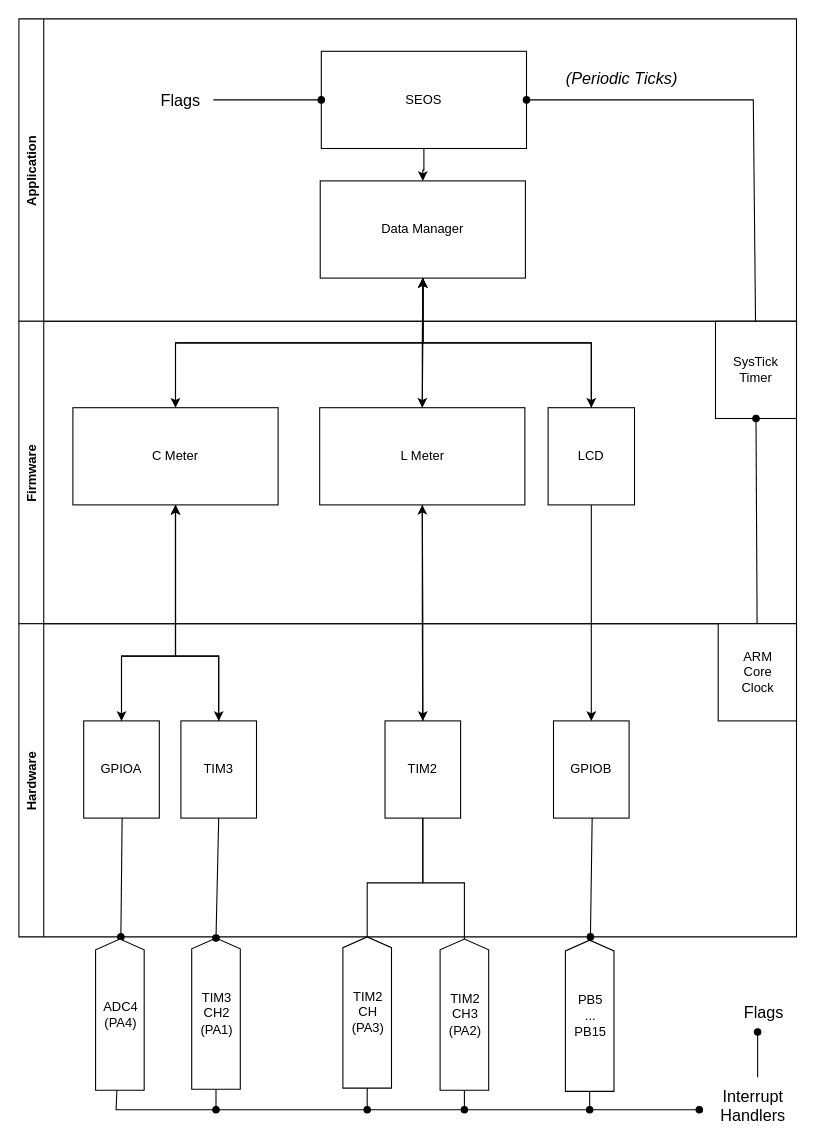
This is images/SysArch_LAYERS.drawio from gianowolf/RLC-Meter, a draw.io file, before an edit. Source tidied: cells renumbered, new cells numbered last; positions are measured from the earlier drawing's top-left corner, leaving out a move shared by most shapes. Both pictures are drawn from the tidied source at 108%, with x=0, y=0 at pixel (18, 18).
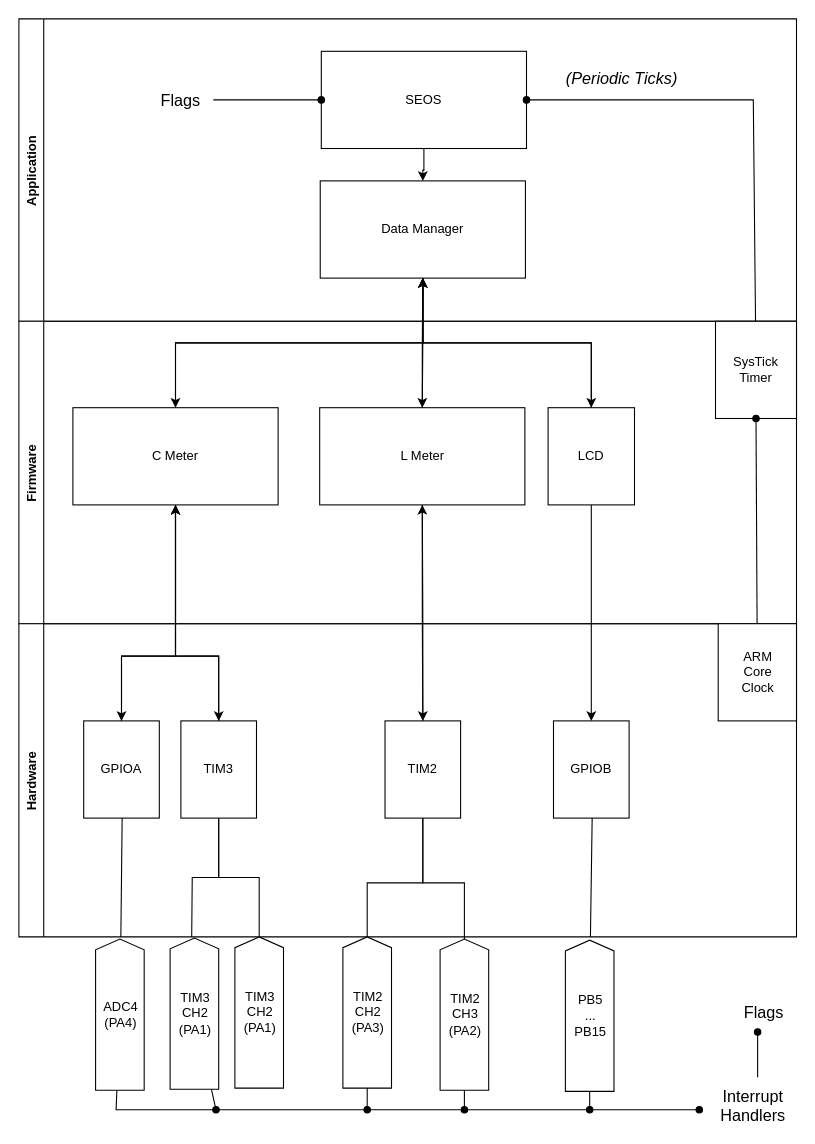
After the change.

Unchanged cells that the change refers to:
```xml
<mxCell id="14" value="Hardware" style="swimlane;horizontal=0;" parent="1" vertex="1">
  <mxGeometry y="560" width="720" height="290" as="geometry" />
</mxCell>
<mxCell id="17" value="TIM3" style="rounded=0;whiteSpace=wrap;html=1;" parent="14" vertex="1">
  <mxGeometry x="150" y="90" width="70" height="90" as="geometry" />
</mxCell>
<mxCell id="42" value="&lt;div&gt;ADC4&lt;br&gt;&lt;/div&gt;&lt;div&gt;(PA4)&lt;/div&gt;" style="html=1;shadow=0;dashed=0;align=center;verticalAlign=middle;shape=mxgraph.arrows2.arrow;dy=0;dx=10;notch=0;direction=north;" parent="1" vertex="1">
  <mxGeometry x="71" y="852" width="45" height="140" as="geometry" />
</mxCell>
```

The edit, as a diff of the source:
```diff
@@
-    <mxCell id="20" style="rounded=0;orthogonalLoop=1;jettySize=auto;html=1;strokeColor=default;endArrow=oval;endFill=1;" parent="14" edge="1">
+    <mxCell id="20" style="rounded=0;orthogonalLoop=1;jettySize=auto;html=1;strokeColor=default;endArrow=none;endFill=0;" parent="14" edge="1">
       <mxGeometry relative="1" as="geometry">
         <mxPoint x="95.6" y="180" as="sourcePoint" />
         <mxPoint x="94.4" y="290" as="targetPoint" />
       </mxGeometry>
     </mxCell>
-    <mxCell id="21" style="rounded=0;orthogonalLoop=1;jettySize=auto;html=1;strokeColor=default;endArrow=oval;endFill=1;" parent="14" edge="1">
+    <mxCell id="21" style="rounded=0;orthogonalLoop=1;jettySize=auto;html=1;strokeColor=default;endArrow=none;endFill=0;" parent="14" edge="1">
       <mxGeometry relative="1" as="geometry">
         <mxPoint x="530.8" y="180" as="sourcePoint" />
         <mxPoint x="529.2" y="290" as="targetPoint" />
       </mxGeometry>
     </mxCell>
@@
     <mxCell id="36" value="&lt;div&gt;TIM3&lt;/div&gt;&lt;div&gt;CH2&lt;/div&gt;&lt;div&gt;(PA1)&lt;br&gt;&lt;/div&gt;" style="html=1;shadow=0;dashed=0;align=center;verticalAlign=middle;shape=mxgraph.arrows2.arrow;dy=0;dx=10;notch=0;direction=north;" parent="1" vertex="1">
-      <mxGeometry x="160" y="851" width="45" height="140" as="geometry" />
+      <mxGeometry x="140" y="851" width="45" height="140" as="geometry" />
     </mxCell>
@@
-    <mxCell id="39" style="rounded=0;jettySize=auto;html=1;strokeColor=default;endArrow=oval;endFill=1;exitX=0.5;exitY=1;exitDx=0;exitDy=0;entryX=1;entryY=0.5;entryDx=0;entryDy=0;entryPerimeter=0;" parent="1" edge="1" source="17" target="36">
-      <mxGeometry relative="1" as="geometry" />
-    </mxCell>
     <mxCell id="40" style="edgeStyle=none;rounded=0;jettySize=auto;html=1;endArrow=oval;endFill=1;strokeColor=#000000;" parent="1" edge="1" source="42">
       <mxGeometry relative="1" as="geometry">
         <mxPoint x="630" y="1010" as="targetPoint" />
         <Array as="points">
           <mxPoint x="90" y="1010" />
+          <mxPoint x="170" y="1010" />
         </Array>
       </mxGeometry>
     </mxCell>
@@
-    <mxCell id="44" value="&lt;div&gt;TIM2&lt;/div&gt;&lt;div&gt;CH&lt;/div&gt;&lt;div&gt;(PA3)&lt;br&gt;&lt;/div&gt;" style="html=1;shadow=0;dashed=0;align=center;verticalAlign=middle;shape=mxgraph.arrows2.arrow;dy=0;dx=10;notch=0;direction=north;" parent="1" vertex="1">
+    <mxCell id="44" value="&lt;div&gt;TIM2&lt;/div&gt;&lt;div&gt;CH2&lt;/div&gt;&lt;div&gt;(PA3)&lt;br&gt;&lt;/div&gt;" style="html=1;shadow=0;dashed=0;align=center;verticalAlign=middle;shape=mxgraph.arrows2.arrow;dy=0;dx=10;notch=0;direction=north;" parent="1" vertex="1">
       <mxGeometry x="300" y="850" width="45" height="140" as="geometry" />
     </mxCell>
@@
+    <mxCell id="54" value="&lt;div&gt;TIM3&lt;/div&gt;&lt;div&gt;CH2&lt;/div&gt;&lt;div&gt;(PA1)&lt;br&gt;&lt;/div&gt;" style="html=1;shadow=0;dashed=0;align=center;verticalAlign=middle;shape=mxgraph.arrows2.arrow;dy=0;dx=10;notch=0;direction=north;" parent="1" vertex="1">
+      <mxGeometry x="200" y="850" width="45" height="140" as="geometry" />
+    </mxCell>
+    <mxCell id="55" style="edgeStyle=orthogonalEdgeStyle;rounded=0;jettySize=auto;html=1;endArrow=none;endFill=0;" parent="1" edge="1" source="17">
+      <mxGeometry relative="1" as="geometry">
+        <mxPoint x="160" y="850" as="targetPoint" />
+      </mxGeometry>
+    </mxCell>
+    <mxCell id="56" style="edgeStyle=orthogonalEdgeStyle;rounded=0;jettySize=auto;html=1;endArrow=none;endFill=0;" parent="1" edge="1" source="17" target="54">
+      <mxGeometry relative="1" as="geometry" />
+    </mxCell>
```
